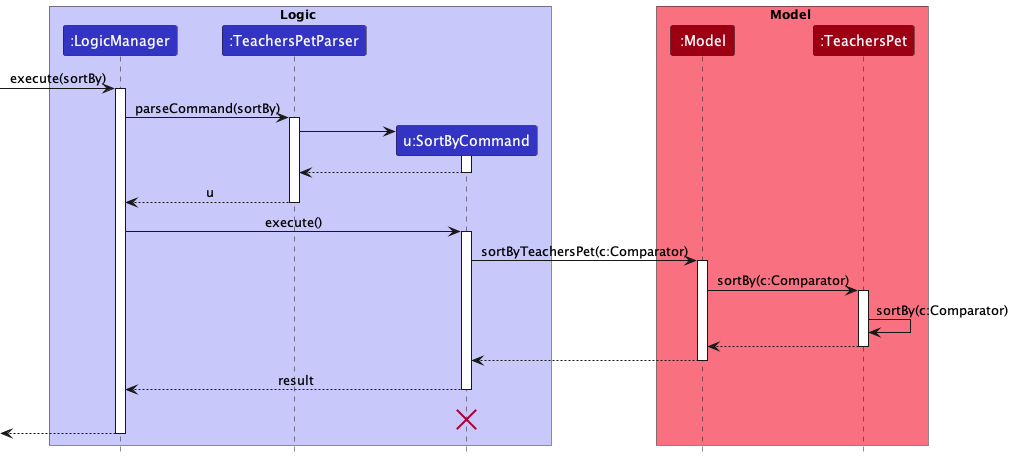
The PlantUML diagram docs/images/DG-images/SortBySequenceDiagram.png in nus-cs2103-AY2223S1/tp, before a commit.
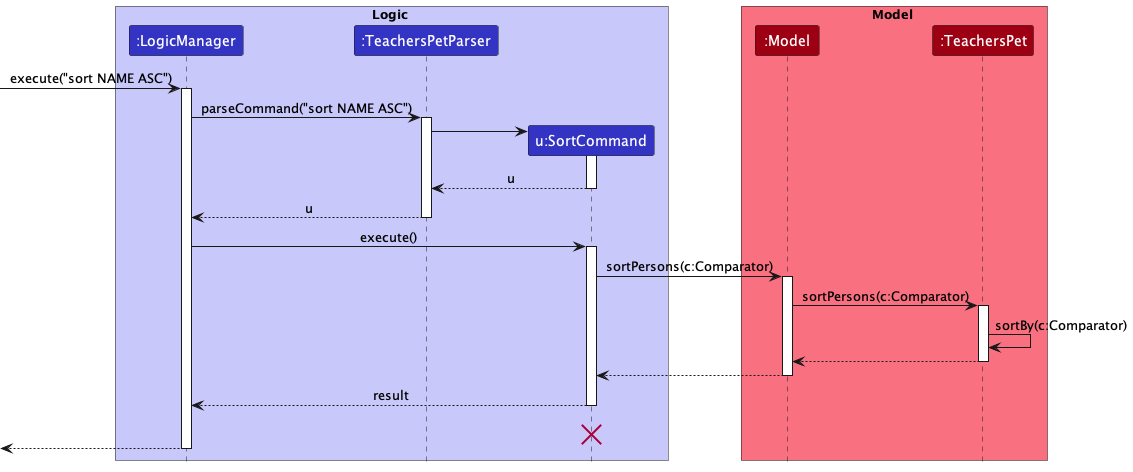
The same diagram one commit later.

Commit message:
Fix diagram for Sort command

What changed in the source:
```diff
@@ -4,49 +4,49 @@
 box Logic LOGIC_COLOR_T1
 participant ":LogicManager" as LogicManager LOGIC_COLOR
 participant ":TeachersPetParser" as TeachersPetParser LOGIC_COLOR
-participant "u:SortByCommand" as SortByCommand LOGIC_COLOR
+participant "u:SortCommand" as SortCommand LOGIC_COLOR
 end box
 
 box Model MODEL_COLOR_T1
 participant ":Model" as Model MODEL_COLOR
 participant ":TeachersPet" as TeachersPet MODEL_COLOR
 end box
-[-> LogicManager : execute(sortBy)
+[-> LogicManager : execute("sort NAME ASC")
 activate LogicManager
 
-LogicManager -> TeachersPetParser : parseCommand(sortBy)
+LogicManager -> TeachersPetParser : parseCommand("sort NAME ASC")
 activate TeachersPetParser
 
-create SortByCommand
-TeachersPetParser -> SortByCommand
-activate SortByCommand
+create SortCommand
+TeachersPetParser -> SortCommand
+activate SortCommand
 
-SortByCommand --> TeachersPetParser
-deactivate SortByCommand
+SortCommand --> TeachersPetParser : u
+deactivate SortCommand
 
 TeachersPetParser --> LogicManager : u
 deactivate TeachersPetParser
 
-LogicManager -> SortByCommand : execute()
-activate SortByCommand
+LogicManager -> SortCommand : execute()
+activate SortCommand
 
-SortByCommand -> Model : sortByTeachersPet(c:Comparator)
+SortCommand -> Model : sortPersons(c:Comparator)
 activate Model
 
-Model -> TeachersPet : sortBy(c:Comparator)
+Model -> TeachersPet : sortPersons(c:Comparator)
 activate TeachersPet
 
 TeachersPet -> TeachersPet :sortBy(c:Comparator)
 TeachersPet --> Model :
 deactivate TeachersPet
 
-Model --> SortByCommand
+Model --> SortCommand
 deactivate Model
 
-SortByCommand --> LogicManager : result
-deactivate SortByCommand
-SortByCommand -[hidden]-> LogicManager : result
-destroy SortByCommand
+SortCommand --> LogicManager : result
+deactivate SortCommand
+SortCommand -[hidden]-> LogicManager : result
+destroy SortCommand
 
 [<--LogicManager
 deactivate LogicManager
```
